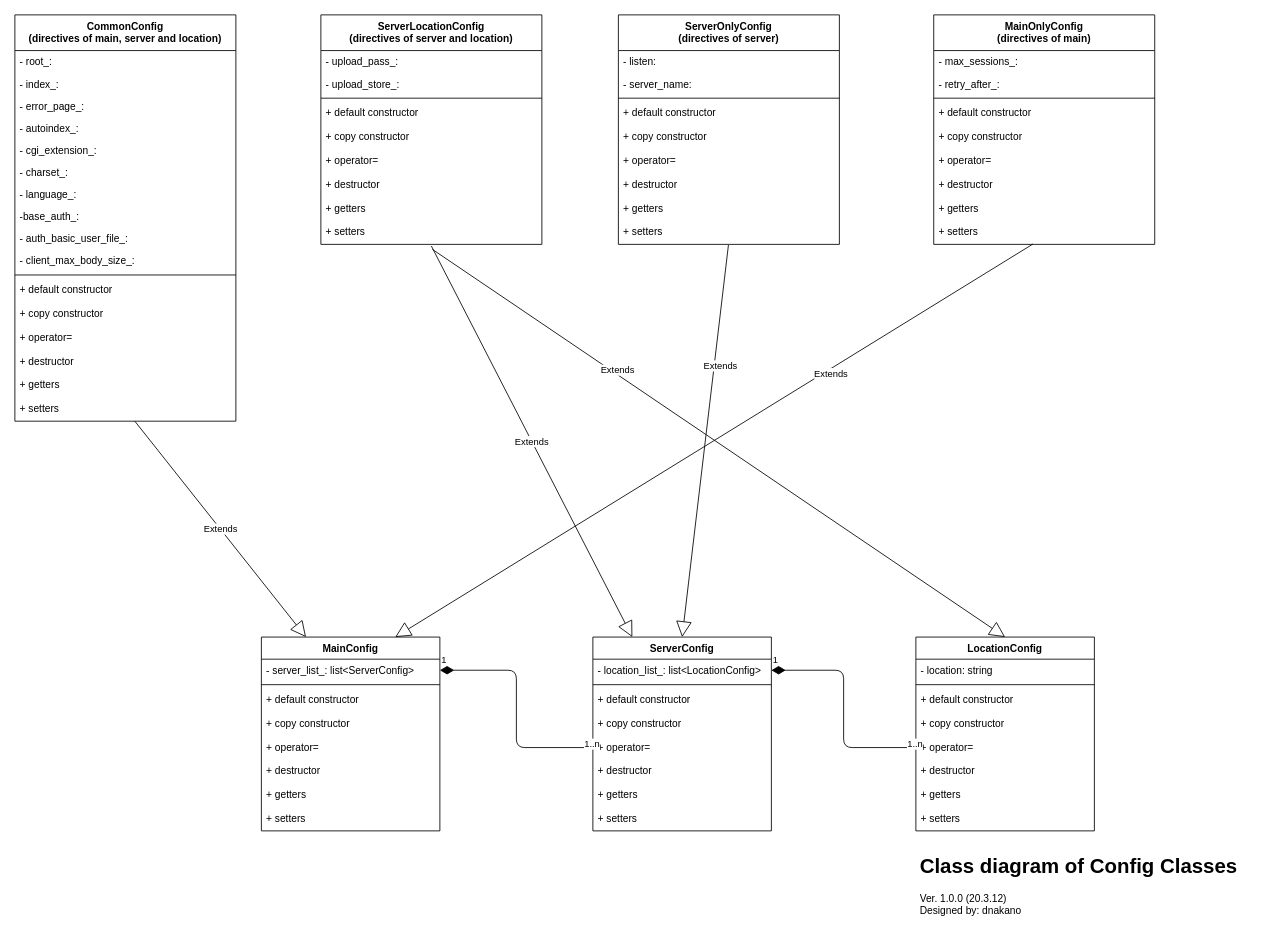
Before: page "config_class" (2 of 2) of arch/class.dio in dai65527/webserv, a draw.io diagram. Source tidied: cells renumbered, new cells numbered last; positions are measured from the earlier drawing's top-left corner, leaving out a move shared by most shapes. Both pictures are drawn from the tidied source at 85%, with x=0, y=0 at pixel (14, 14).
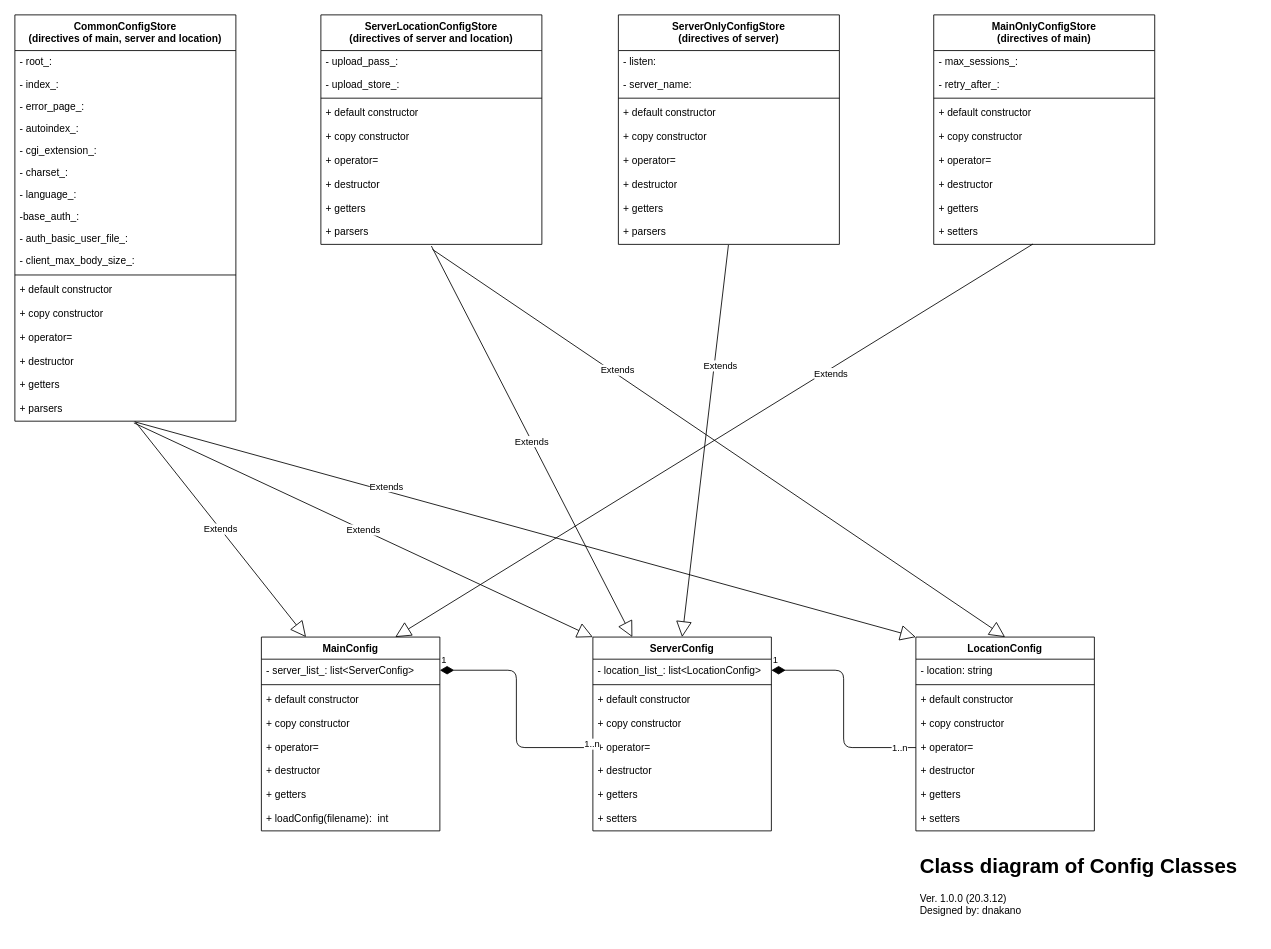
Above is the later version.

The change refers to these unchanged cells:
```xml
<mxCell id="20" value="MainConfig" style="swimlane;fontStyle=1;align=center;verticalAlign=top;horizontal=1;startSize=26;" parent="1" vertex="1">
  <mxGeometry x="290" y="732" width="210" height="228" as="geometry" />
</mxCell>
<mxCell id="29" value="ServerConfig" style="swimlane;fontStyle=1;align=center;verticalAlign=top;horizontal=1;startSize=26;" parent="1" vertex="1">
  <mxGeometry x="680" y="732" width="210" height="228" as="geometry" />
</mxCell>
<mxCell id="70" value="LocationConfig" style="swimlane;fontStyle=1;align=center;verticalAlign=top;horizontal=1;startSize=26;" parent="1" vertex="1">
  <mxGeometry x="1060" y="732" width="210" height="228" as="geometry" />
</mxCell>
<mxCell id="84" value="1" style="endArrow=none;html=1;endSize=12;startArrow=diamondThin;startSize=14;startFill=1;edgeStyle=orthogonalEdgeStyle;align=left;verticalAlign=bottom;endFill=0;exitX=1;exitY=0.5;exitDx=0;exitDy=0;entryX=0;entryY=0.5;entryDx=0;entryDy=0;" parent="1" edge="1" source="30" target="75">
  <mxGeometry x="-1" y="3" relative="1" as="geometry" />
</mxCell>
```

What changed in the source:
```diff
@@
-    <mxCell id="2" value="CommonConfig&#10;(directives of main, server and location)" style="swimlane;fontStyle=1;align=center;verticalAlign=top;horizontal=1;startSize=42;" parent="1" vertex="1">
+    <mxCell id="2" value="CommonConfigStore&#10;(directives of main, server and location)" style="swimlane;fontStyle=1;align=center;verticalAlign=top;horizontal=1;startSize=42;" parent="1" vertex="1">
       <mxGeometry width="260" height="478" as="geometry" />
     </mxCell>
@@
-    <mxCell id="19" value="+ setters" style="text;strokeColor=none;fillColor=none;align=left;verticalAlign=top;spacingLeft=4;spacingRight=4;overflow=hidden;points=[[0,0.5],[1,0.5]];portConstraint=eastwest;" parent="2" vertex="1">
+    <mxCell id="19" value="+ parsers" style="text;strokeColor=none;fillColor=none;align=left;verticalAlign=top;spacingLeft=4;spacingRight=4;overflow=hidden;points=[[0,0.5],[1,0.5]];portConstraint=eastwest;" parent="2" vertex="1">
       <mxGeometry y="450" width="260" height="28" as="geometry" />
     </mxCell>
@@
-    <mxCell id="28" value="+ setters" style="text;strokeColor=none;fillColor=none;align=left;verticalAlign=top;spacingLeft=4;spacingRight=4;overflow=hidden;" parent="20" vertex="1">
+    <mxCell id="28" value="+ loadConfig(filename):  int" style="text;strokeColor=none;fillColor=none;align=left;verticalAlign=top;spacingLeft=4;spacingRight=4;overflow=hidden;" parent="20" vertex="1">
       <mxGeometry y="200" width="210" height="28" as="geometry" />
     </mxCell>
@@
-    <mxCell id="38" value="ServerLocationConfig&#10;(directives of server and location)" style="swimlane;fontStyle=1;align=center;verticalAlign=top;horizontal=1;startSize=42;" parent="1" vertex="1">
+    <mxCell id="38" value="ServerLocationConfigStore&#10;(directives of server and location)" style="swimlane;fontStyle=1;align=center;verticalAlign=top;horizontal=1;startSize=42;" parent="1" vertex="1">
       <mxGeometry x="360" width="260" height="270" as="geometry" />
     </mxCell>
@@
-    <mxCell id="47" value="+ setters" style="text;strokeColor=none;fillColor=none;align=left;verticalAlign=top;spacingLeft=4;spacingRight=4;overflow=hidden;points=[[0,0.5],[1,0.5]];portConstraint=eastwest;" parent="38" vertex="1">
+    <mxCell id="47" value="+ parsers" style="text;strokeColor=none;fillColor=none;align=left;verticalAlign=top;spacingLeft=4;spacingRight=4;overflow=hidden;points=[[0,0.5],[1,0.5]];portConstraint=eastwest;" parent="38" vertex="1">
       <mxGeometry y="242" width="260" height="28" as="geometry" />
     </mxCell>
-    <mxCell id="48" value="ServerOnlyConfig&#10;(directives of server)" style="swimlane;fontStyle=1;align=center;verticalAlign=top;horizontal=1;startSize=42;" parent="1" vertex="1">
+    <mxCell id="48" value="ServerOnlyConfigStore&#10;(directives of server)" style="swimlane;fontStyle=1;align=center;verticalAlign=top;horizontal=1;startSize=42;" parent="1" vertex="1">
       <mxGeometry x="710" width="260" height="270" as="geometry" />
     </mxCell>
@@
-    <mxCell id="57" value="+ setters" style="text;strokeColor=none;fillColor=none;align=left;verticalAlign=top;spacingLeft=4;spacingRight=4;overflow=hidden;points=[[0,0.5],[1,0.5]];portConstraint=eastwest;" parent="48" vertex="1">
+    <mxCell id="57" value="+ parsers" style="text;strokeColor=none;fillColor=none;align=left;verticalAlign=top;spacingLeft=4;spacingRight=4;overflow=hidden;points=[[0,0.5],[1,0.5]];portConstraint=eastwest;" parent="48" vertex="1">
       <mxGeometry y="242" width="260" height="28" as="geometry" />
     </mxCell>
-    <mxCell id="58" value="MainOnlyConfig&#10;(directives of main)" style="swimlane;fontStyle=1;align=center;verticalAlign=top;horizontal=1;startSize=42;" parent="1" vertex="1">
+    <mxCell id="58" value="MainOnlyConfigStore&#10;(directives of main)" style="swimlane;fontStyle=1;align=center;verticalAlign=top;horizontal=1;startSize=42;" parent="1" vertex="1">
       <mxGeometry x="1081" width="260" height="270" as="geometry" />
     </mxCell>
@@
     <mxCell id="85" value="1..n" style="edgeLabel;html=1;align=center;verticalAlign=middle;" parent="84" vertex="1">
       <mxGeometry x="0.91" y="5" relative="1" as="geometry">
-        <mxPoint x="10" y="0.3" as="offset" />
+        <mxPoint x="-8" y="5" as="offset" />
       </mxGeometry>
     </mxCell>
@@
+    <mxCell id="87" value="Extends" style="endArrow=block;endSize=16;endFill=0;html=1;entryX=0;entryY=0;entryDx=0;entryDy=0;" parent="1" edge="1" target="29">
+      <mxGeometry relative="1" as="geometry">
+        <mxPoint x="140" y="480" as="sourcePoint" />
+      </mxGeometry>
+    </mxCell>
+    <mxCell id="88" value="Extends" style="endArrow=block;endSize=16;endFill=0;html=1;exitX=0.546;exitY=1.036;exitDx=0;exitDy=0;exitPerimeter=0;entryX=0;entryY=0;entryDx=0;entryDy=0;" parent="1" edge="1" source="19" target="70">
+      <mxGeometry x="-0.36" y="5" relative="1" as="geometry" />
+    </mxCell>
```
